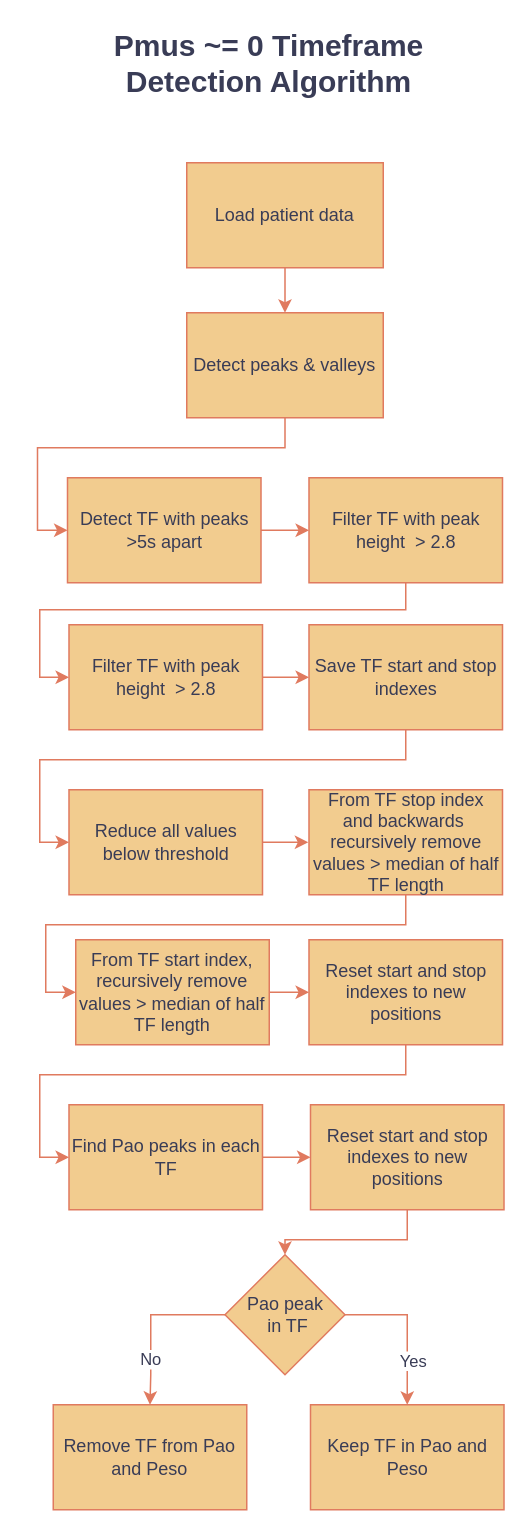
lleuch18/P9 keeps this draw.io diagram as Figures/Peak_Detection.drawio. Above is the earlier version. Source tidied: cells renumbered, new cells numbered last; positions are measured from the earlier drawing's top-left corner, leaving out a move shared by most shapes. Both pictures are drawn from the tidied source at 150%, with x=0, y=0 at pixel (39, 39).
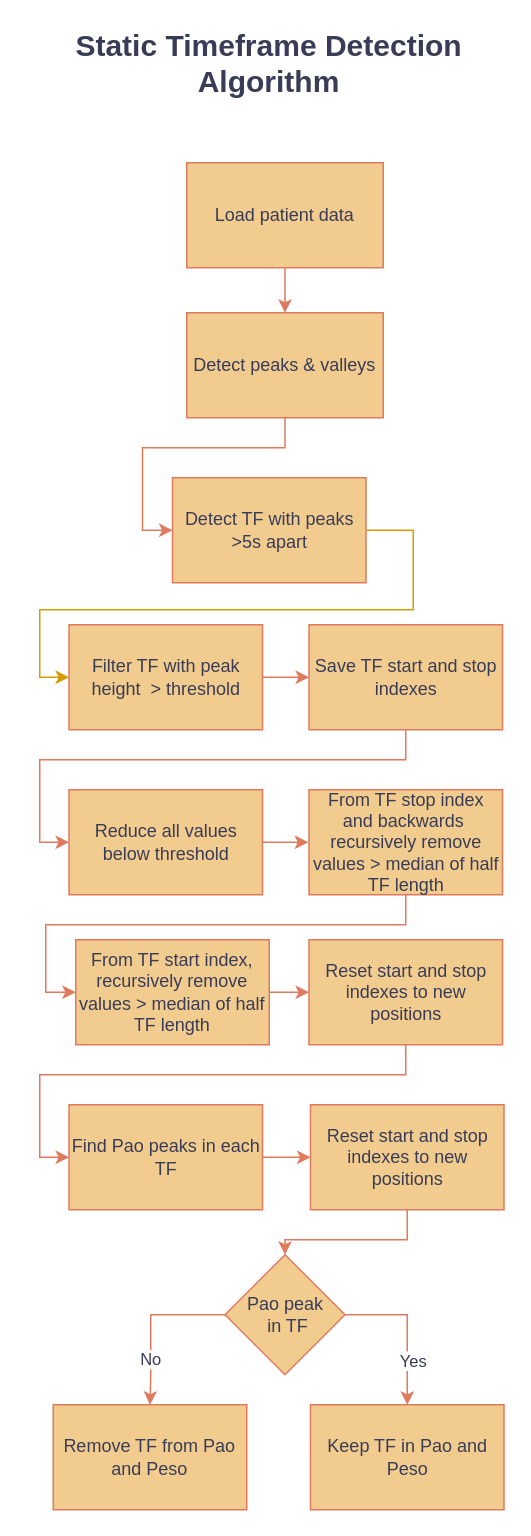
Above is the later version.

The edit, as a diff of the source:
```diff
@@
-    <mxCell id="2" value="&lt;font style=&quot;font-size: 20px;&quot;&gt;&lt;b&gt;Pmus ~= 0 Timeframe Detection Algorithm&lt;/b&gt;&lt;/font&gt;" style="text;html=1;strokeColor=none;fillColor=none;align=center;verticalAlign=middle;whiteSpace=wrap;rounded=0;labelBackgroundColor=none;fontColor=#393C56;" parent="1" vertex="1">
+    <mxCell id="2" value="&lt;font style=&quot;font-size: 20px;&quot;&gt;&lt;b&gt;Static Timeframe Detection Algorithm&lt;/b&gt;&lt;/font&gt;" style="text;html=1;strokeColor=none;fillColor=none;align=center;verticalAlign=middle;whiteSpace=wrap;rounded=0;labelBackgroundColor=none;fontColor=#393C56;" parent="1" vertex="1">
       <mxGeometry x="6" width="294" height="30" as="geometry" />
     </mxCell>
@@
-    <mxCell id="7" style="edgeStyle=orthogonalEdgeStyle;rounded=0;jettySize=auto;html=1;entryX=0;entryY=0.5;entryDx=0;entryDy=0;strokeColor=#E07A5F;fontColor=#393C56;fillColor=#F2CC8F;" parent="1" edge="1" source="8" target="10">
-      <mxGeometry relative="1" as="geometry" />
-    </mxCell>
+    <mxCell id="32" style="edgeStyle=orthogonalEdgeStyle;rounded=0;jettySize=auto;html=1;entryX=0;entryY=0.5;entryDx=0;entryDy=0;fillColor=#ffe6cc;strokeColor=#d79b00;" parent="1" edge="1" source="8" target="12">
+      <mxGeometry relative="1" as="geometry">
+        <Array as="points">
+          <mxPoint x="249" y="327" />
+          <mxPoint x="249" y="380" />
+          <mxPoint y="380" />
+          <mxPoint y="425" />
+        </Array>
+      </mxGeometry>
+    </mxCell>
     <mxCell id="8" value="Detect TF with peaks &amp;gt;5s apart" style="rounded=0;whiteSpace=wrap;html=1;labelBackgroundColor=none;fillColor=#F2CC8F;strokeColor=#E07A5F;fontColor=#393C56;" parent="1" vertex="1">
-      <mxGeometry x="18.5" y="292" width="129" height="70" as="geometry" />
+      <mxGeometry x="88.5" y="292" width="129" height="70" as="geometry" />
     </mxCell>
-    <mxCell id="9" style="edgeStyle=orthogonalEdgeStyle;rounded=0;jettySize=auto;html=1;entryX=0;entryY=0.5;entryDx=0;entryDy=0;strokeColor=#E07A5F;fontColor=#393C56;fillColor=#F2CC8F;" parent="1" edge="1" source="10" target="12">
-      <mxGeometry relative="1" as="geometry">
-        <Array as="points">
-          <mxPoint x="244" y="380" />
-          <mxPoint y="380" />
-          <mxPoint y="425" />
-        </Array>
-      </mxGeometry>
-    </mxCell>
-    <mxCell id="10" value="Filter TF with peak height&amp;nbsp; &amp;gt; 2.8" style="rounded=0;whiteSpace=wrap;html=1;labelBackgroundColor=none;fillColor=#F2CC8F;strokeColor=#E07A5F;fontColor=#393C56;" parent="1" vertex="1">
-      <mxGeometry x="179.5" y="292" width="129" height="70" as="geometry" />
-    </mxCell>
@@
-    <mxCell id="12" value="Filter TF with peak height&amp;nbsp; &amp;gt; 2.8" style="rounded=0;whiteSpace=wrap;html=1;labelBackgroundColor=none;fillColor=#F2CC8F;strokeColor=#E07A5F;fontColor=#393C56;" parent="1" vertex="1">
+    <mxCell id="12" value="Filter TF with peak height&amp;nbsp; &amp;gt; threshold" style="rounded=0;whiteSpace=wrap;html=1;labelBackgroundColor=none;fillColor=#F2CC8F;strokeColor=#E07A5F;fontColor=#393C56;" parent="1" vertex="1">
       <mxGeometry x="19.5" y="390" width="129" height="70" as="geometry" />
     </mxCell>
```
